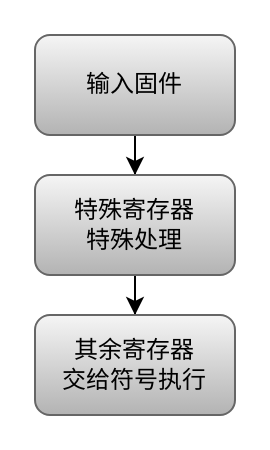
The draw.io diagram page "简单寄存器" (3 of 6) of DrawIO/BSThesis.drawio in dingiso/TEST_For_Everything, before the edit. Source tidied: cells renumbered, new cells numbered last; positions are measured from the earlier drawing's top-left corner, leaving out a move shared by most shapes. Both pictures are drawn from the tidied source at 200%, with x=0, y=0 at pixel (34, 34).
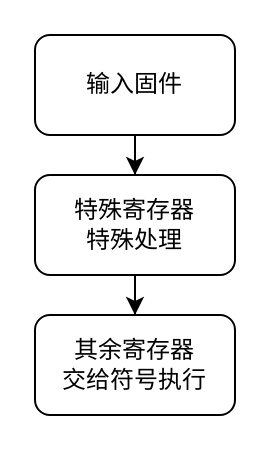
The same diagram, later.

Diff of the diagram source:
```diff
@@
 <mxGraphModel>
   <root>
     <mxCell id="0" />
     <mxCell id="1" parent="0" />
     <mxCell id="2" style="edgeStyle=orthogonalEdgeStyle;rounded=0;jettySize=auto;html=1;entryX=0.5;entryY=0;entryDx=0;entryDy=0;fontFamily=Lucida Console;fontSize=12;" parent="1" edge="1" source="3" target="5">
       <mxGeometry relative="1" as="geometry" />
     </mxCell>
-    <mxCell id="3" value="输入固件" style="rounded=1;whiteSpace=wrap;html=1;fontFamily=Lucida Console;fontSize=12;strokeWidth=1;fillColor=#f5f5f5;gradientColor=#b3b3b3;strokeColor=#666666;" parent="1" vertex="1">
+    <mxCell id="3" value="输入固件" style="rounded=1;whiteSpace=wrap;html=1;fontFamily=Lucida Console;fontSize=12;strokeWidth=1;" parent="1" vertex="1">
       <mxGeometry width="100" height="50" as="geometry" />
     </mxCell>
     <mxCell id="4" style="edgeStyle=orthogonalEdgeStyle;rounded=0;jettySize=auto;html=1;fontFamily=Lucida Console;fontSize=12;" parent="1" edge="1" source="5" target="6">
       <mxGeometry relative="1" as="geometry" />
     </mxCell>
-    <mxCell id="5" value="&lt;div&gt;特殊寄存器&lt;/div&gt;&lt;div&gt;特殊处理&lt;/div&gt;" style="rounded=1;whiteSpace=wrap;html=1;fontFamily=Lucida Console;fontSize=12;strokeWidth=1;fillColor=#f5f5f5;gradientColor=#b3b3b3;strokeColor=#666666;" parent="1" vertex="1">
+    <mxCell id="5" value="&lt;div&gt;特殊寄存器&lt;/div&gt;&lt;div&gt;特殊处理&lt;/div&gt;" style="rounded=1;whiteSpace=wrap;html=1;fontFamily=Lucida Console;fontSize=12;strokeWidth=1;" parent="1" vertex="1">
       <mxGeometry y="70" width="100" height="50" as="geometry" />
     </mxCell>
-    <mxCell id="6" value="&lt;div&gt;其余寄存器&lt;/div&gt;&lt;div&gt;交给符号执行&lt;br&gt;&lt;/div&gt;" style="rounded=1;whiteSpace=wrap;html=1;fontFamily=Lucida Console;fontSize=12;strokeWidth=1;fillColor=#f5f5f5;gradientColor=#b3b3b3;strokeColor=#666666;" parent="1" vertex="1">
+    <mxCell id="6" value="&lt;div&gt;其余寄存器&lt;/div&gt;&lt;div&gt;交给符号执行&lt;br&gt;&lt;/div&gt;" style="rounded=1;whiteSpace=wrap;html=1;fontFamily=Lucida Console;fontSize=12;strokeWidth=1;" parent="1" vertex="1">
       <mxGeometry y="140" width="100" height="50" as="geometry" />
     </mxCell>
   </root>
 </mxGraphModel>
```
